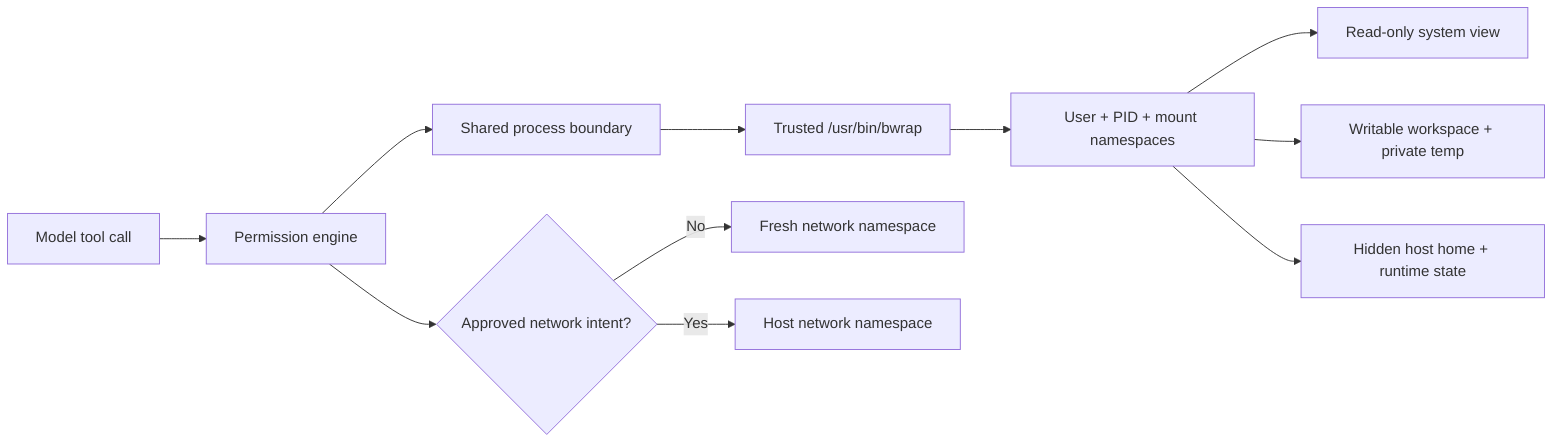
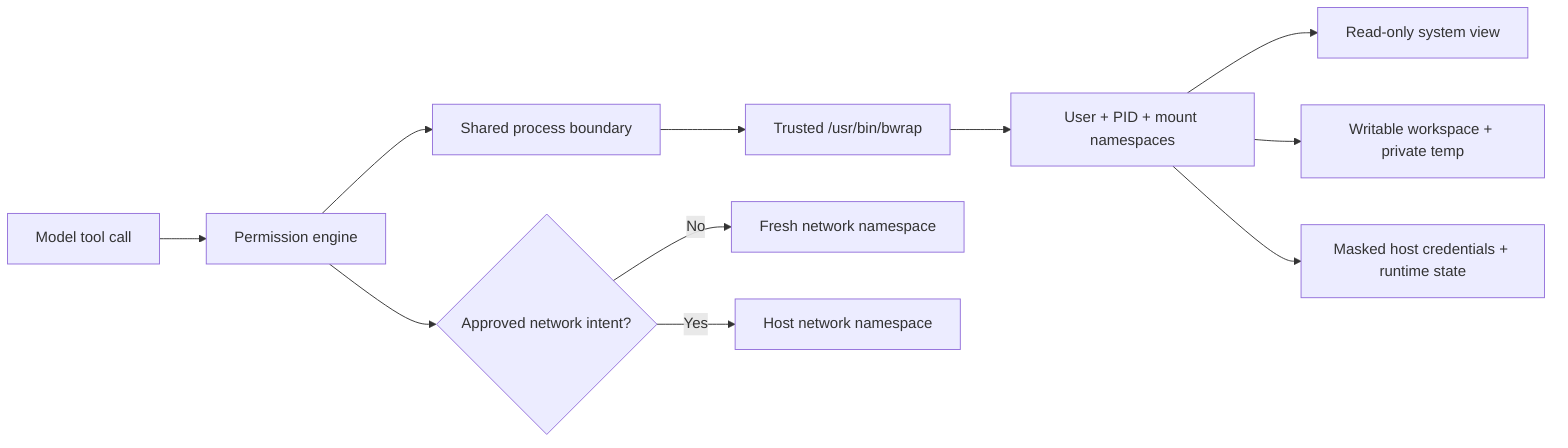
flowchart LR
  M["Model tool call"] --> P["Permission engine"]
  P --> R["Shared process boundary"]
  R --> B["Trusted /usr/bin/bwrap"]
  B --> S["User + PID + mount namespaces"]
  S --> RO["Read-only system view"]
  S --> RW["Writable workspace + private temp"]
-   S --> H["Hidden host home + runtime state"]
+   S --> H["Masked host credentials + runtime state"]
  P --> NET{"Approved network intent?"}
  NET -->|"No"| ISO["Fresh network namespace"]
  NET -->|"Yes"| HOST["Host network namespace"]
